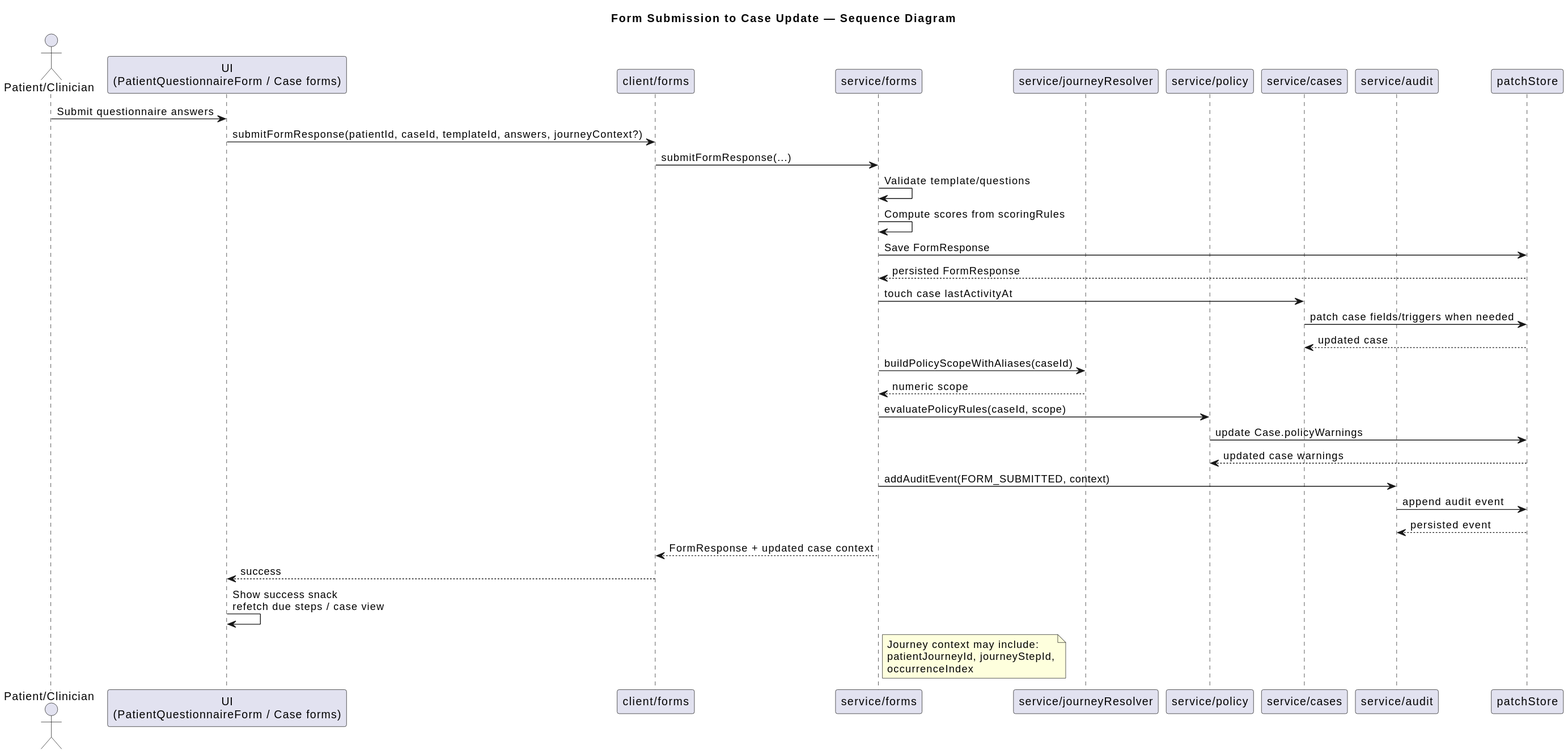
Earlier version of the PlantUML export docs/diagrams/form-submission-flow.svg (gforge/DUK). The source it was exported from:
```plantuml
@startuml
title Form Submission to Case Update — Sequence Diagram

actor "Patient/Clinician" as User
participant "UI\n(PatientQuestionnaireForm / Case forms)" as UI
participant "client/forms" as Client
participant "service/forms" as Forms
participant "service/journeyResolver" as Resolver
participant "service/policy" as Policy
participant "service/cases" as Cases
participant "service/audit" as Audit
participant "patchStore" as Store

User -> UI : Submit questionnaire answers
UI -> Client : submitFormResponse(patientId, caseId, templateId, answers, journeyContext?)
Client -> Forms : submitFormResponse(...)
Forms -> Forms : Validate template/questions
Forms -> Forms : Compute scores from scoringRules
Forms -> Store : Save FormResponse
Store --> Forms : persisted FormResponse

Forms -> Cases : touch case lastActivityAt
Cases -> Store : patch case fields/triggers when needed
Store --> Cases : updated case

Forms -> Resolver : buildPolicyScopeWithAliases(caseId)
Resolver --> Forms : numeric scope
Forms -> Policy : evaluatePolicyRules(caseId, scope)
Policy -> Store : update Case.policyWarnings
Store --> Policy : updated case warnings

Forms -> Audit : addAuditEvent(FORM_SUBMITTED, context)
Audit -> Store : append audit event
Store --> Audit : persisted event

Forms --> Client : FormResponse + updated case context
Client --> UI : success
UI -> UI : Show success snack\nrefetch due steps / case view

note right of Forms
  Journey context may include:
  patientJourneyId, journeyStepId,
  occurrenceIndex
end note
@enduml
```
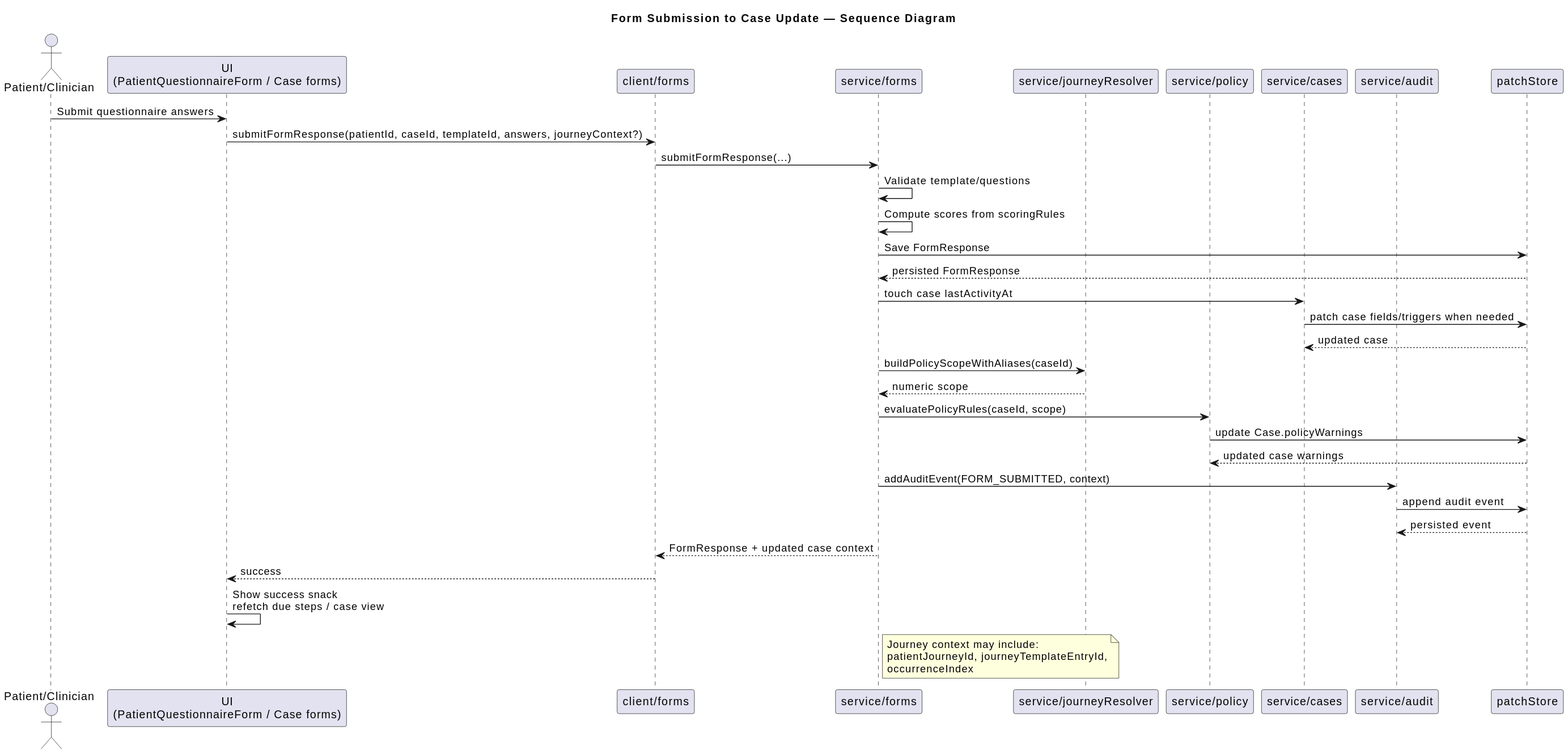
Later version of the same file.

The edit, as a diff of the source:
```diff
@@ -39,7 +39,7 @@
 
 note right of Forms
   Journey context may include:
-  patientJourneyId, journeyStepId,
+  patientJourneyId, journeyTemplateEntryId,
   occurrenceIndex
 end note
 @enduml
```
